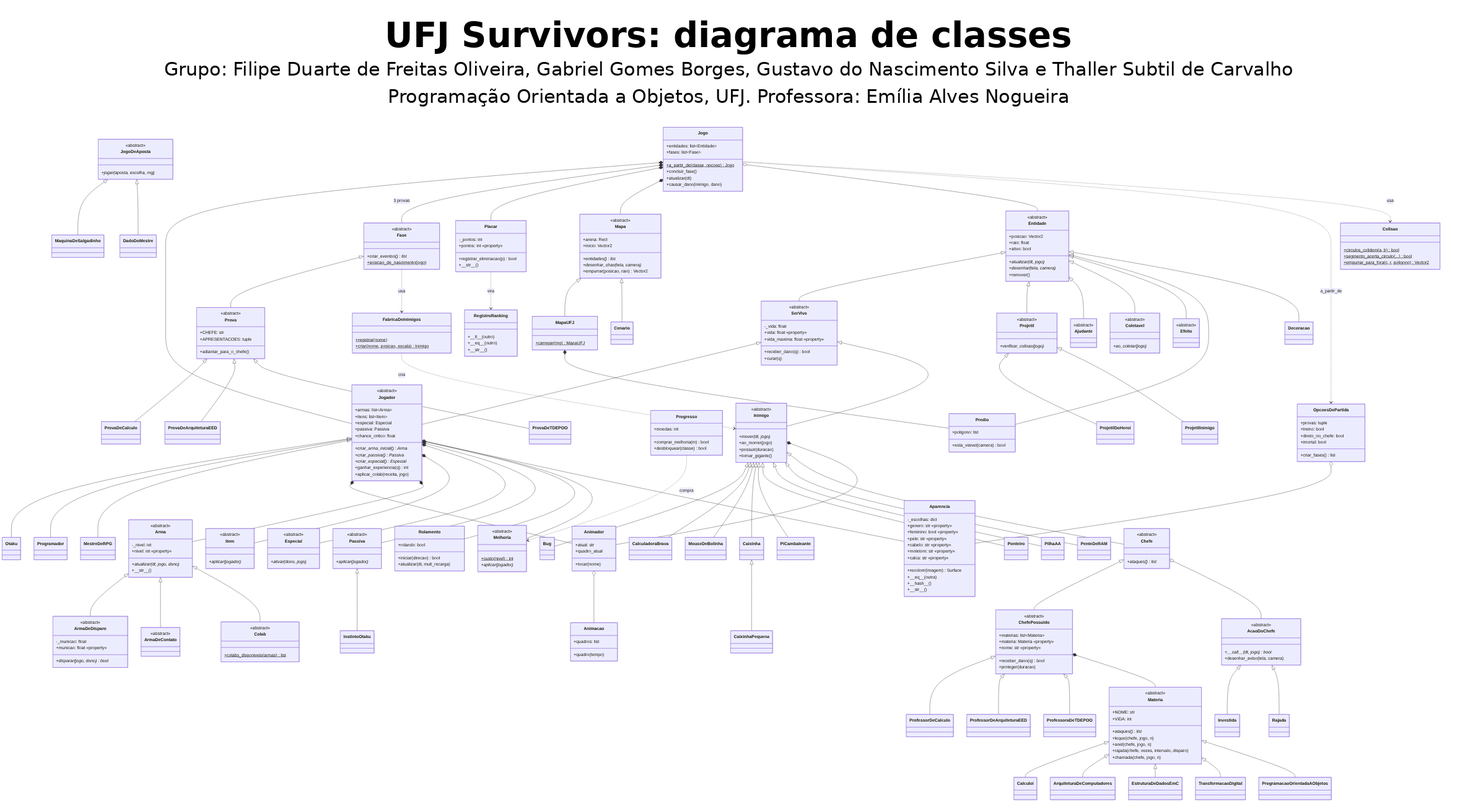
Earlier version of the Mermaid export docs/entregas/diagrama_classes.png (thallersubtil/UFJ-Survivors). Its source is kept beside it as docs/diagrama_classes.mmd.
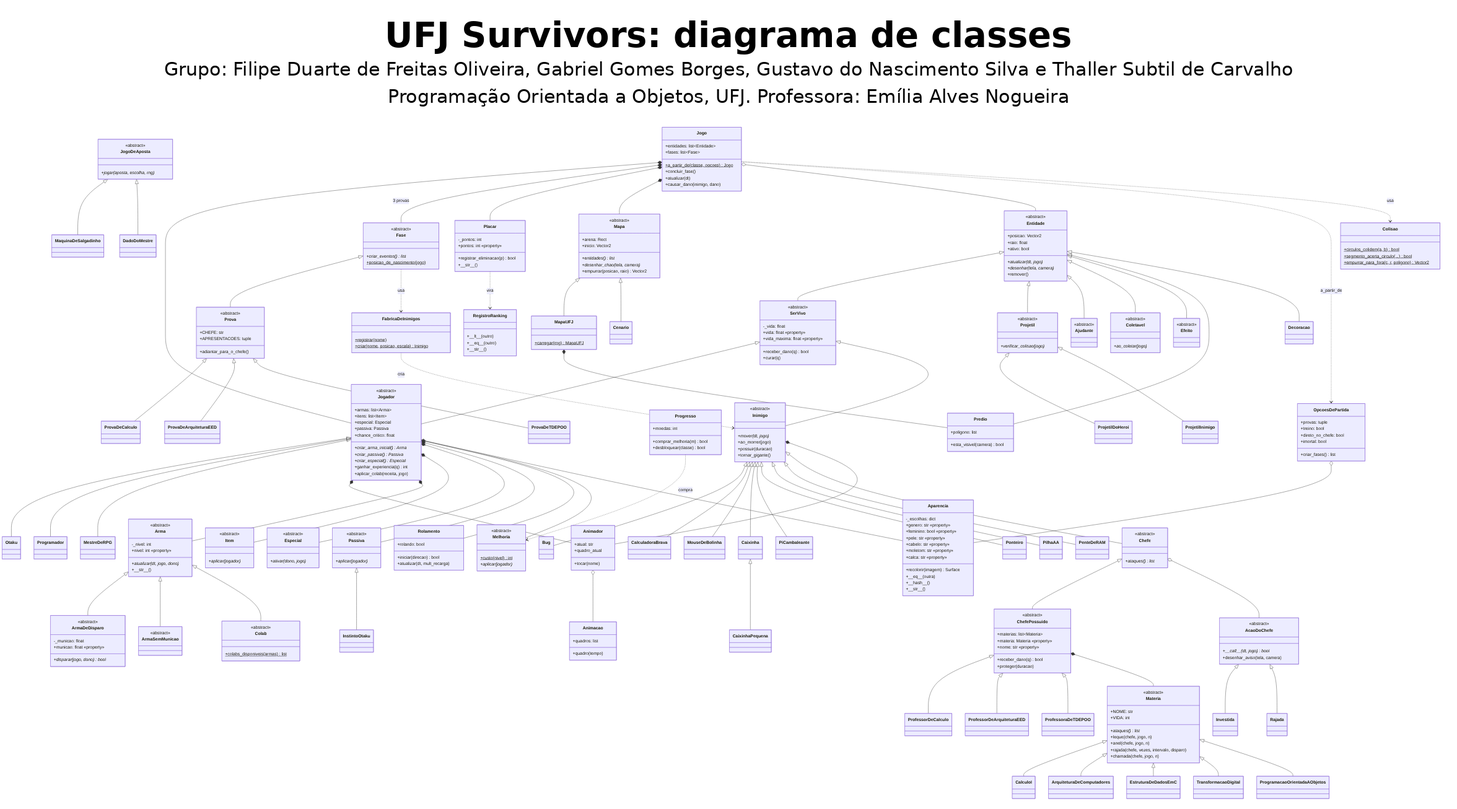
After the commit.

What changed in the source:
```diff
@@ -115,7 +115,7 @@
         +municao: float «property»
         +disparar(jogo, dono)* bool
     }
-    class ArmaDeContato {
+    class ArmaSemMunicao {
         <<abstract>>
     }
     class Colab {
@@ -283,7 +283,7 @@
     Projetil <|-- ProjetilDoHeroi
     Projetil <|-- ProjetilInimigo
     Arma <|-- ArmaDeDisparo
-    Arma <|-- ArmaDeContato
+    Arma <|-- ArmaSemMunicao
     Arma <|-- Colab
     Fase <|-- Prova
     Prova <|-- ProvaDeCalculo
```
